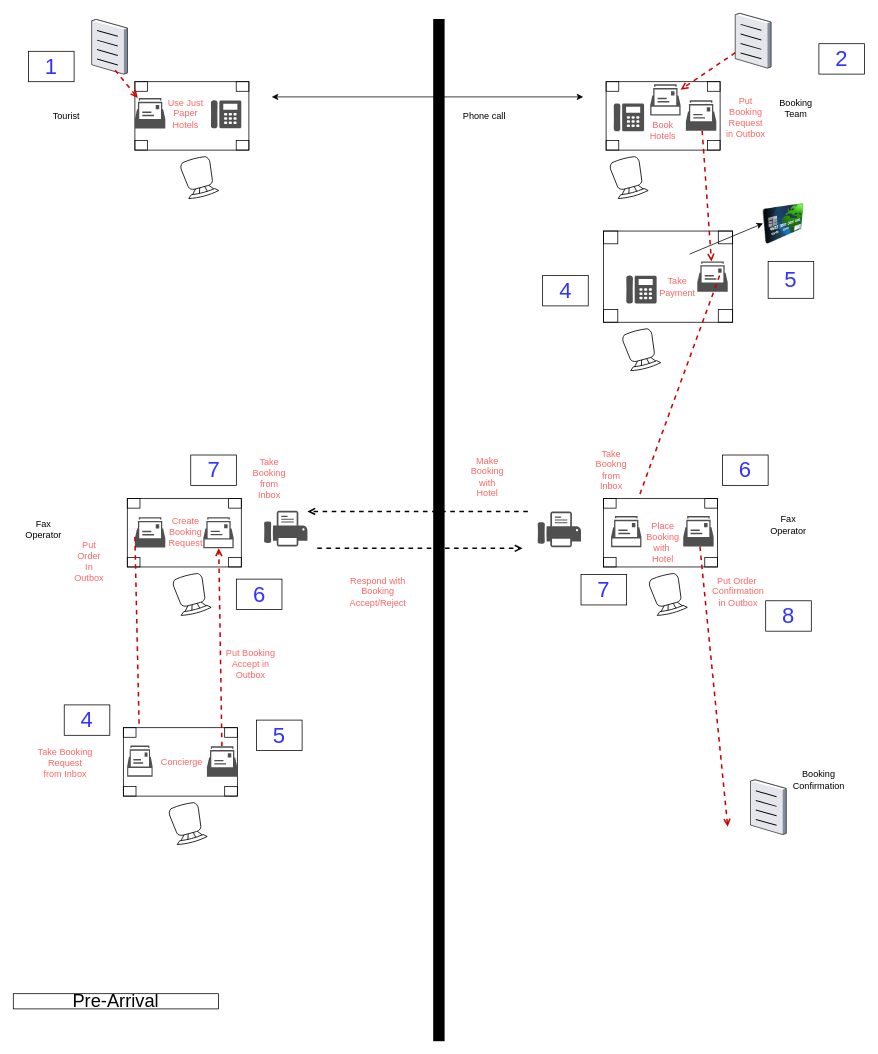
Earlier version of the draw.io diagram resources/Pre-Arrival Guest Flow.drawio (iancooper/practical-messaging). Source tidied: cells renumbered, new cells numbered last; positions are measured from the earlier drawing's top-left corner, leaving out a move shared by most shapes. Both pictures are drawn from the tidied source at 76%, with x=0, y=0 at pixel (13, 13).
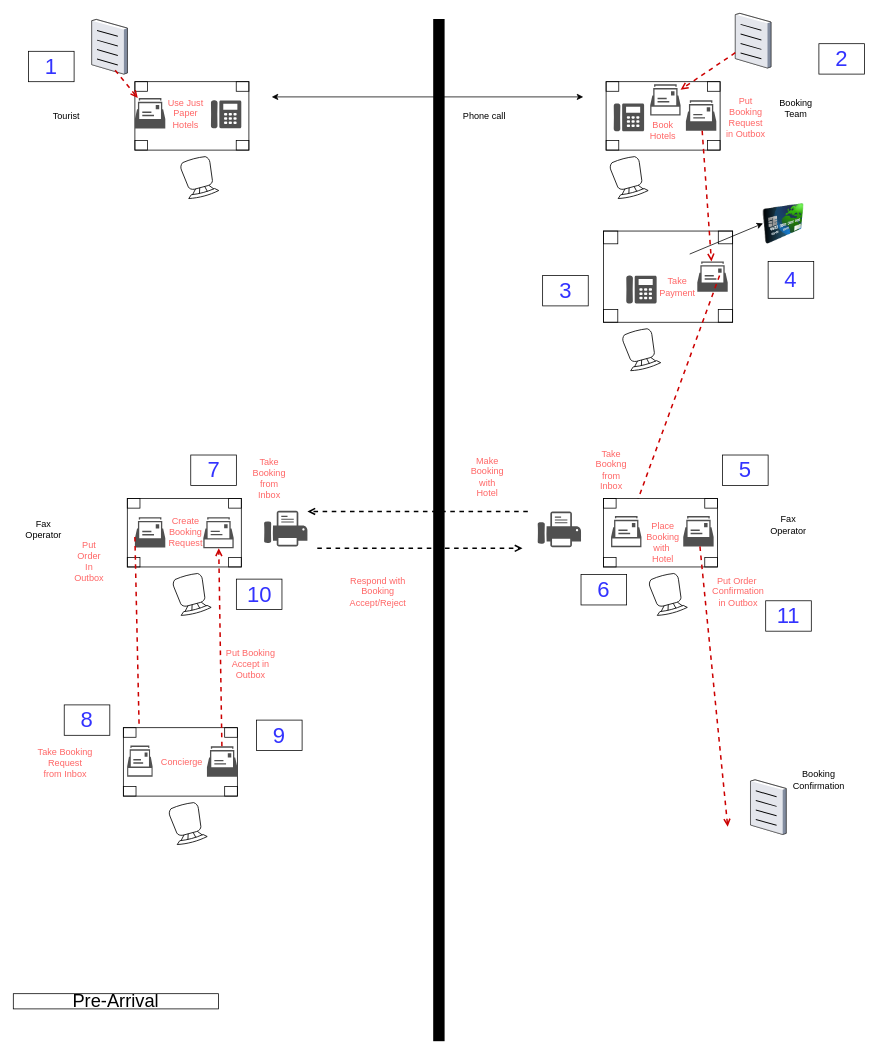
After the change.

Commit message (it also covers changes not shown here):
Pre-Arrival: renumber 1..11, and settle the step-numbering rule

Change to the diagram source:
```diff
@@
-    <mxCell id="33" value="&lt;font style=&quot;font-size: 29px&quot;&gt;4&lt;/font&gt;" style="text;html=1;strokeColor=default;fillColor=none;align=center;verticalAlign=middle;whiteSpace=wrap;rounded=0;fontColor=#3333FF;" parent="1" vertex="1">
+    <mxCell id="33" value="&lt;font style=&quot;font-size: 29px&quot;&gt;3&lt;/font&gt;" style="text;html=1;strokeColor=default;fillColor=none;align=center;verticalAlign=middle;whiteSpace=wrap;rounded=0;fontColor=#3333FF;" parent="1" vertex="1">
       <mxGeometry x="696.5" y="345" width="60" height="40" as="geometry" />
     </mxCell>
-    <mxCell id="34" value="&lt;font style=&quot;font-size: 29px&quot;&gt;5&lt;/font&gt;" style="text;html=1;strokeColor=default;fillColor=none;align=center;verticalAlign=middle;whiteSpace=wrap;rounded=0;fontColor=#3333FF;" parent="1" vertex="1">
+    <mxCell id="34" value="&lt;font style=&quot;font-size: 29px&quot;&gt;4&lt;/font&gt;" style="text;html=1;strokeColor=default;fillColor=none;align=center;verticalAlign=middle;whiteSpace=wrap;rounded=0;fontColor=#3333FF;" parent="1" vertex="1">
       <mxGeometry x="993.2" y="326.5" width="60" height="48.5" as="geometry" />
     </mxCell>
-    <mxCell id="35" value="&lt;font style=&quot;font-size: 29px&quot;&gt;6&lt;/font&gt;" style="text;html=1;strokeColor=default;fillColor=none;align=center;verticalAlign=middle;whiteSpace=wrap;rounded=0;fontColor=#3333FF;" parent="1" vertex="1">
+    <mxCell id="35" value="&lt;font style=&quot;font-size: 29px&quot;&gt;5&lt;/font&gt;" style="text;html=1;strokeColor=default;fillColor=none;align=center;verticalAlign=middle;whiteSpace=wrap;rounded=0;fontColor=#3333FF;" parent="1" vertex="1">
       <mxGeometry x="933.2" y="581.2" width="60" height="40" as="geometry" />
     </mxCell>
@@
-    <mxCell id="59" value="&lt;font style=&quot;font-size: 29px&quot;&gt;7&lt;/font&gt;" style="text;html=1;strokeColor=default;fillColor=none;align=center;verticalAlign=middle;whiteSpace=wrap;rounded=0;fontColor=#3333FF;" parent="1" vertex="1">
+    <mxCell id="59" value="&lt;font style=&quot;font-size: 29px&quot;&gt;6&lt;/font&gt;" style="text;html=1;strokeColor=default;fillColor=none;align=center;verticalAlign=middle;whiteSpace=wrap;rounded=0;fontColor=#3333FF;" parent="1" vertex="1">
       <mxGeometry x="747" y="738.5" width="60" height="40" as="geometry" />
     </mxCell>
@@
-    <mxCell id="73" value="&lt;font style=&quot;font-size: 29px&quot;&gt;4&lt;/font&gt;" style="text;html=1;strokeColor=default;fillColor=none;align=center;verticalAlign=middle;whiteSpace=wrap;rounded=0;fontColor=#3333FF;" parent="1" vertex="1">
+    <mxCell id="73" value="&lt;font style=&quot;font-size: 29px&quot;&gt;8&lt;/font&gt;" style="text;html=1;strokeColor=default;fillColor=none;align=center;verticalAlign=middle;whiteSpace=wrap;rounded=0;fontColor=#3333FF;" parent="1" vertex="1">
       <mxGeometry x="67" y="910" width="60" height="40" as="geometry" />
     </mxCell>
-    <mxCell id="74" value="&lt;font style=&quot;font-size: 29px&quot;&gt;6&lt;/font&gt;" style="text;html=1;strokeColor=default;fillColor=none;align=center;verticalAlign=middle;whiteSpace=wrap;rounded=0;fontColor=#3333FF;" parent="1" vertex="1">
+    <mxCell id="74" value="&lt;font style=&quot;font-size: 29px&quot;&gt;10&lt;/font&gt;" style="text;html=1;strokeColor=default;fillColor=none;align=center;verticalAlign=middle;whiteSpace=wrap;rounded=0;fontColor=#3333FF;" parent="1" vertex="1">
       <mxGeometry x="293.5" y="744.5" width="60" height="40" as="geometry" />
     </mxCell>
-    <mxCell id="75" value="&lt;font style=&quot;font-size: 29px&quot;&gt;8&lt;/font&gt;" style="text;html=1;strokeColor=default;fillColor=none;align=center;verticalAlign=middle;whiteSpace=wrap;rounded=0;fontColor=#3333FF;" parent="1" vertex="1">
+    <mxCell id="75" value="&lt;font style=&quot;font-size: 29px&quot;&gt;11&lt;/font&gt;" style="text;html=1;strokeColor=default;fillColor=none;align=center;verticalAlign=middle;whiteSpace=wrap;rounded=0;fontColor=#3333FF;" parent="1" vertex="1">
       <mxGeometry x="990" y="773" width="60" height="40" as="geometry" />
     </mxCell>
@@
-    <mxCell id="77" value="&lt;font style=&quot;font-size: 29px&quot;&gt;5&lt;/font&gt;" style="text;html=1;strokeColor=default;fillColor=none;align=center;verticalAlign=middle;whiteSpace=wrap;rounded=0;fontColor=#3333FF;" parent="1" vertex="1">
+    <mxCell id="77" value="&lt;font style=&quot;font-size: 29px&quot;&gt;9&lt;/font&gt;" style="text;html=1;strokeColor=default;fillColor=none;align=center;verticalAlign=middle;whiteSpace=wrap;rounded=0;fontColor=#3333FF;" parent="1" vertex="1">
       <mxGeometry x="320" y="930" width="60" height="40" as="geometry" />
     </mxCell>
```
